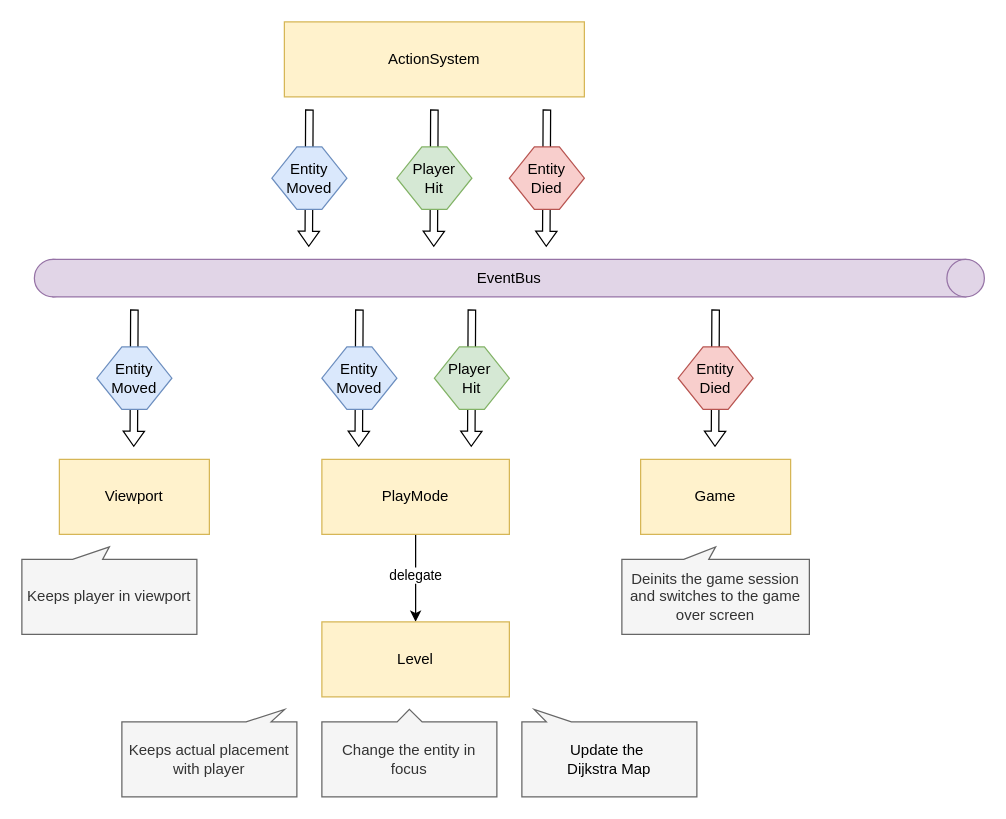
Before: page "Events" (3 of 8) of docs/schemas.drawio in vladimir-popov/forgotten_catacombs, a draw.io diagram. Source tidied: cells renumbered, new cells numbered last; positions are measured from the earlier drawing's top-left corner, leaving out a move shared by most shapes. Both pictures are drawn from the tidied source at 125%, with x=0, y=0 at pixel (21, 21).
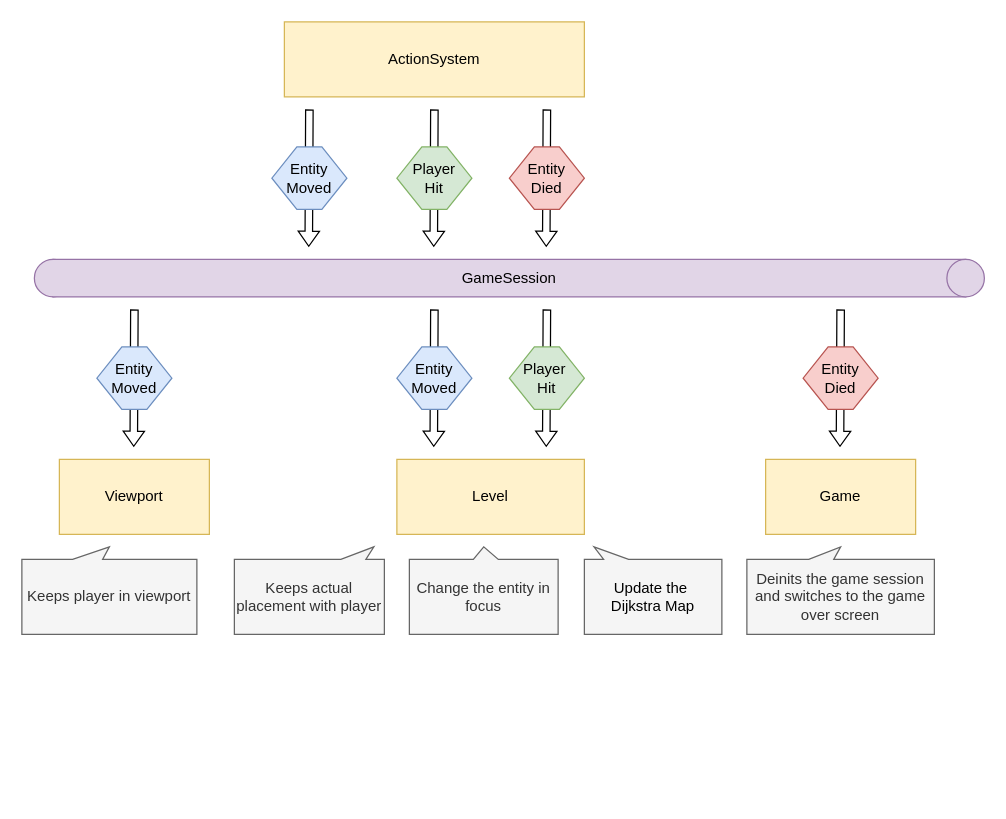
Above is the later version.

The change refers to these unchanged cells:
```xml
<mxCell id="2" style="group;" parent="1" vertex="1">
  <mxGeometry x="10" y="190" width="760" height="30" as="geometry" />
</mxCell>
```

The edit, as a diff of the source:
```diff
@@
-    <mxCell id="4" value="EventBus" style="html=1;dashed=0;whiteSpace=wrap;shape=partialRectangle;right=0;left=0;fillColor=#e1d5e7;strokeColor=#9673a6;" parent="2" vertex="1">
+    <mxCell id="4" value="GameSession" style="html=1;dashed=0;whiteSpace=wrap;shape=partialRectangle;right=0;left=0;fillColor=#e1d5e7;strokeColor=#9673a6;" parent="2" vertex="1">
       <mxGeometry x="14.9" width="730.2" height="30" as="geometry" />
     </mxCell>
@@
     <mxCell id="8" value="Game" style="rounded=0;whiteSpace=wrap;html=1;fillColor=#fff2cc;strokeColor=#d6b656;" parent="1" vertex="1">
-      <mxGeometry x="495" y="350" width="120" height="60" as="geometry" />
+      <mxGeometry x="595" y="350" width="120" height="60" as="geometry" />
     </mxCell>
     <mxCell id="9" style="shape=flexArrow;endArrow=classic;html=1;rounded=0;endWidth=10;endSize=3.665;width=6;" parent="1" edge="1">
       <mxGeometry relative="1" as="geometry">
-        <mxPoint x="555" y="230" as="sourcePoint" />
-        <mxPoint x="554.5" y="340" as="targetPoint" />
+        <mxPoint x="655" y="230" as="sourcePoint" />
+        <mxPoint x="654.5" y="340" as="targetPoint" />
       </mxGeometry>
     </mxCell>
     <mxCell id="10" value="Entity Died" style="shape=hexagon;perimeter=hexagonPerimeter2;whiteSpace=wrap;html=1;fixedSize=1;fillColor=#f8cecc;strokeColor=#b85450;" parent="1" vertex="1">
-      <mxGeometry x="525" y="260" width="60" height="50" as="geometry" />
+      <mxGeometry x="625" y="260" width="60" height="50" as="geometry" />
     </mxCell>
@@
     <mxCell id="13" style="shape=flexArrow;endArrow=classic;html=1;rounded=0;endWidth=10;endSize=3.665;width=6;" parent="1" edge="1">
       <mxGeometry relative="1" as="geometry">
-        <mxPoint x="270" y="230" as="sourcePoint" />
-        <mxPoint x="269.5" y="340" as="targetPoint" />
+        <mxPoint x="330" y="230" as="sourcePoint" />
+        <mxPoint x="329.5" y="340" as="targetPoint" />
       </mxGeometry>
     </mxCell>
     <mxCell id="14" value="Entity Moved" style="shape=hexagon;perimeter=hexagonPerimeter2;whiteSpace=wrap;html=1;fixedSize=1;fillColor=#dae8fc;strokeColor=#6c8ebf;" parent="1" vertex="1">
-      <mxGeometry x="240" y="260" width="60" height="50" as="geometry" />
+      <mxGeometry x="300" y="260" width="60" height="50" as="geometry" />
     </mxCell>
@@
     <mxCell id="16" value="Keeps actual placement with player" style="shape=callout;whiteSpace=wrap;html=1;perimeter=calloutPerimeter;flipV=1;size=10;position=0.71;fillColor=#f5f5f5;fontColor=#333333;strokeColor=#666666;position2=0.93;" parent="1" vertex="1">
-      <mxGeometry x="80" y="550" width="140" height="70" as="geometry" />
+      <mxGeometry x="170" y="420" width="120" height="70" as="geometry" />
     </mxCell>
     <mxCell id="17" value="Deinits the game session and switches to the game over screen" style="shape=callout;whiteSpace=wrap;html=1;perimeter=calloutPerimeter;flipV=1;size=10;position=0.33;fillColor=#f5f5f5;fontColor=#333333;strokeColor=#666666;" parent="1" vertex="1">
-      <mxGeometry x="480" y="420" width="150" height="70" as="geometry" />
+      <mxGeometry x="580" y="420" width="150" height="70" as="geometry" />
     </mxCell>
@@
-    <mxCell id="27" style="edgeStyle=orthogonalEdgeStyle;rounded=0;jettySize=auto;html=1;exitX=0.5;exitY=1;exitDx=0;exitDy=0;entryX=0.5;entryY=0;entryDx=0;entryDy=0;" parent="1" edge="1" source="29" target="33">
-      <mxGeometry relative="1" as="geometry" />
-    </mxCell>
-    <mxCell id="28" value="delegate" style="edgeLabel;html=1;align=center;verticalAlign=middle;" parent="27" vertex="1">
-      <mxGeometry x="-0.1" y="-1" relative="1" as="geometry" />
-    </mxCell>
-    <mxCell id="29" value="PlayMode" style="rounded=0;whiteSpace=wrap;html=1;fillColor=#fff2cc;strokeColor=#d6b656;" parent="1" vertex="1">
-      <mxGeometry x="240" y="350" width="150" height="60" as="geometry" />
-    </mxCell>
     <mxCell id="30" style="shape=flexArrow;endArrow=classic;html=1;rounded=0;endWidth=10;endSize=3.665;width=6;" parent="1" edge="1">
       <mxGeometry relative="1" as="geometry">
-        <mxPoint x="360" y="230" as="sourcePoint" />
-        <mxPoint x="359.5" y="340" as="targetPoint" />
+        <mxPoint x="420" y="230" as="sourcePoint" />
+        <mxPoint x="419.5" y="340" as="targetPoint" />
       </mxGeometry>
     </mxCell>
     <mxCell id="31" value="Player&amp;nbsp;&lt;div&gt;Hit&lt;/div&gt;" style="shape=hexagon;perimeter=hexagonPerimeter2;whiteSpace=wrap;html=1;fixedSize=1;fillColor=#d5e8d4;strokeColor=#82b366;" parent="1" vertex="1">
-      <mxGeometry x="330" y="260" width="60" height="50" as="geometry" />
+      <mxGeometry x="390" y="260" width="60" height="50" as="geometry" />
     </mxCell>
     <mxCell id="32" value="Change the entity in focus" style="shape=callout;whiteSpace=wrap;html=1;perimeter=calloutPerimeter;flipV=1;size=10;position=0.43;fillColor=#f5f5f5;fontColor=#333333;strokeColor=#666666;base=20;" parent="1" vertex="1">
-      <mxGeometry x="240" y="550" width="140" height="70" as="geometry" />
+      <mxGeometry x="310" y="420" width="119" height="70" as="geometry" />
     </mxCell>
     <mxCell id="33" value="Level" style="rounded=0;whiteSpace=wrap;html=1;fillColor=#fff2cc;strokeColor=#d6b656;" parent="1" vertex="1">
-      <mxGeometry x="240" y="480" width="150" height="60" as="geometry" />
+      <mxGeometry x="300" y="350" width="150" height="60" as="geometry" />
     </mxCell>
     <mxCell id="34" value="Update the &#10;Dijkstra Map" style="shape=callout;whiteSpace=wrap;html=1;perimeter=calloutPerimeter;flipV=1;size=10;position=0.14;fillColor=#f5f5f5;strokeColor=#666666;base=20;position2=0.07;" parent="1" vertex="1">
-      <mxGeometry x="400" y="550" width="140" height="70" as="geometry" />
+      <mxGeometry x="450" y="420" width="110" height="70" as="geometry" />
     </mxCell>
```
